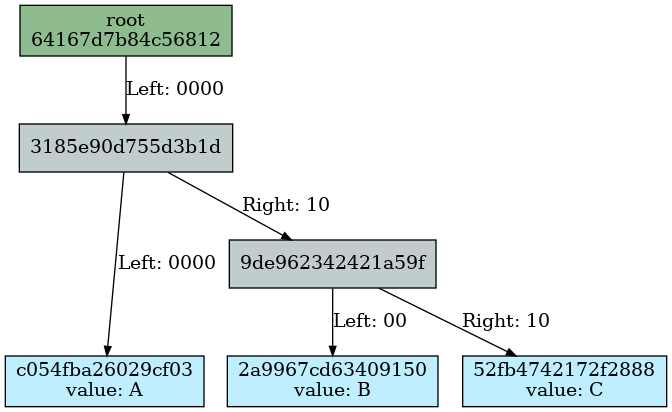
juicebox-systems/juicebox-hsm-realm keeps this Graphviz diagram as docs/merkle_tree/splits/intro_after_left.dot.png. Above is the earlier version. Its source is kept beside it as docs/merkle_tree/splits/intro_after_left.dot.
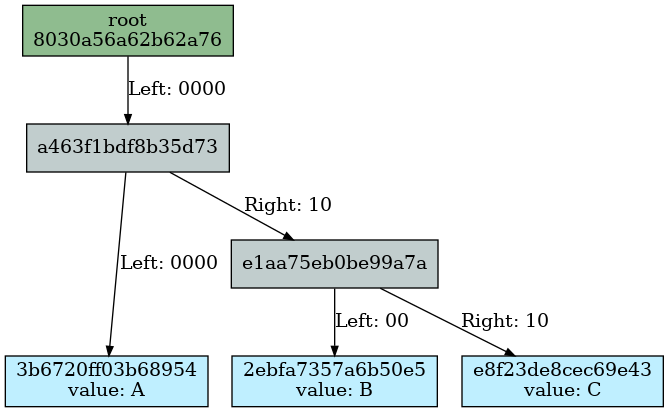
The same diagram one commit later.

Diff of the diagram source:
```diff
@@ -1,38 +1,38 @@
 Digraph merkletree {
 
-h64167d7b84c56812 -> h3185e90d755d3b1d [arrowsize=0.7 label="Left: 0000\l" nojustify=true ];
-h3185e90d755d3b1d -> hc054fba26029cf03 [arrowsize=0.7 label="Left: 0000" nojustify=true ];
-h3185e90d755d3b1d -> h9de962342421a59f [arrowsize=0.7 label="Right: 10\l" nojustify=true ];
-h9de962342421a59f -> h2a9967cd63409150 [arrowsize=0.7 label="Left: 00" nojustify=true ];
-h9de962342421a59f -> h52fb4742172f2888 [arrowsize=0.7 label="Right: 10" nojustify=true ];
+h8030a56a62b62a76 -> ha463f1bdf8b35d73 [arrowsize=0.7 label="Left: 0000" nojustify=true ];
+ha463f1bdf8b35d73 -> h3b6720ff03b68954 [arrowsize=0.7 label="Left: 0000" nojustify=true ];
+ha463f1bdf8b35d73 -> he1aa75eb0be99a7a [arrowsize=0.7 label="Right: 10" nojustify=true ];
+he1aa75eb0be99a7a -> h2ebfa7357a6b50e5 [arrowsize=0.7 label="Left: 00" nojustify=true ];
+he1aa75eb0be99a7a -> he8f23de8cec69e43 [arrowsize=0.7 label="Right: 10" nojustify=true ];
 
 Subgraph depth_0 {
 rank=same
 
-h64167d7b84c56812 [fillcolor=darkseagreen label="root\n64167d7b84c56812" ordering=out shape=box style=filled ];
+h8030a56a62b62a76 [fillcolor=darkseagreen label="root\n8030a56a62b62a76" ordering=out shape=box style=filled ];
 }
 
 
 Subgraph depth_4 {
 rank=same
 
-h3185e90d755d3b1d [fillcolor=azure3 label="3185e90d755d3b1d" ordering=out shape=box style=filled ];
+ha463f1bdf8b35d73 [fillcolor=azure3 label="a463f1bdf8b35d73" ordering=out shape=box style=filled ];
 }
 
 
 Subgraph depth_256 {
 rank=same
 
-hc054fba26029cf03 [fillcolor=lightblue1 label="c054fba26029cf03\nvalue: A" ordering=out shape=box style=filled ];
-h2a9967cd63409150 [fillcolor=lightblue1 label="2a9967cd63409150\nvalue: B" ordering=out shape=box style=filled ];
-h52fb4742172f2888 [fillcolor=lightblue1 label="52fb4742172f2888\nvalue: C" ordering=out shape=box style=filled ];
+h3b6720ff03b68954 [fillcolor=lightblue1 label="3b6720ff03b68954\nvalue: A" ordering=out shape=box style=filled ];
+h2ebfa7357a6b50e5 [fillcolor=lightblue1 label="2ebfa7357a6b50e5\nvalue: B" ordering=out shape=box style=filled ];
+he8f23de8cec69e43 [fillcolor=lightblue1 label="e8f23de8cec69e43\nvalue: C" ordering=out shape=box style=filled ];
 }
 
 
 Subgraph depth_6 {
 rank=same
 
-h9de962342421a59f [fillcolor=azure3 label="9de962342421a59f" ordering=out shape=box style=filled ];
+he1aa75eb0be99a7a [fillcolor=azure3 label="e1aa75eb0be99a7a" ordering=out shape=box style=filled ];
 }
 
 }
```
